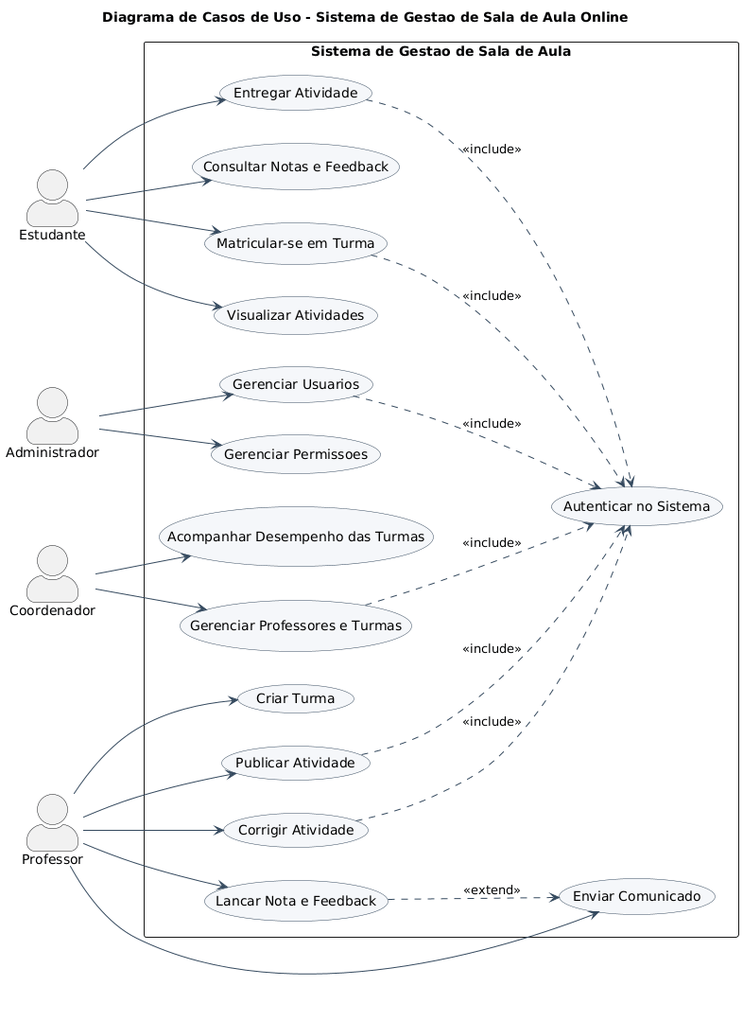
vgabzx/sistema-gestao-sala-aula keeps this PlantUML diagram as uml/UML.png. Above is the earlier version. Its diagram source:
```plantuml
@startuml
left to right direction
skinparam packageStyle rectangle
skinparam shadowing false
skinparam actorStyle awesome
skinparam usecase {
  BackgroundColor #F5F7FA
  BorderColor #34495E
  ArrowColor #34495E
}
title Diagrama de Casos de Uso - Sistema de Gestao de Sala de Aula Online

actor "Estudante" as EST
actor "Professor" as PROF
actor "Coordenador" as COORD
actor "Administrador" as ADM

rectangle "Sistema de Gestao de Sala de Aula" {

  usecase "Autenticar no Sistema" as UC_AUTH

  usecase "Matricular-se em Turma" as UC_MAT
  usecase "Visualizar Atividades" as UC_VIS
  usecase "Entregar Atividade" as UC_ENT
  usecase "Consultar Notas e Feedback" as UC_NOTA

  usecase "Criar Turma" as UC_CRIATURMA
  usecase "Publicar Atividade" as UC_PUB
  usecase "Corrigir Atividade" as UC_COR
  usecase "Lancar Nota e Feedback" as UC_LANCA
  usecase "Enviar Comunicado" as UC_COM

  usecase "Acompanhar Desempenho das Turmas" as UC_ACOMP
  usecase "Gerenciar Professores e Turmas" as UC_GERTURMA

  usecase "Gerenciar Usuarios" as UC_USERS
  usecase "Gerenciar Permissoes" as UC_PERM
}

EST --> UC_MAT
EST --> UC_VIS
EST --> UC_ENT
EST --> UC_NOTA

PROF --> UC_CRIATURMA
PROF --> UC_PUB
PROF --> UC_COR
PROF --> UC_LANCA
PROF --> UC_COM

COORD --> UC_ACOMP
COORD --> UC_GERTURMA

ADM --> UC_USERS
ADM --> UC_PERM

UC_MAT ..> UC_AUTH : <<include>>
UC_ENT ..> UC_AUTH : <<include>>
UC_PUB ..> UC_AUTH : <<include>>
UC_COR ..> UC_AUTH : <<include>>
UC_GERTURMA ..> UC_AUTH : <<include>>
UC_USERS ..> UC_AUTH : <<include>>

UC_LANCA ..> UC_COM : <<extend>>
@enduml
```
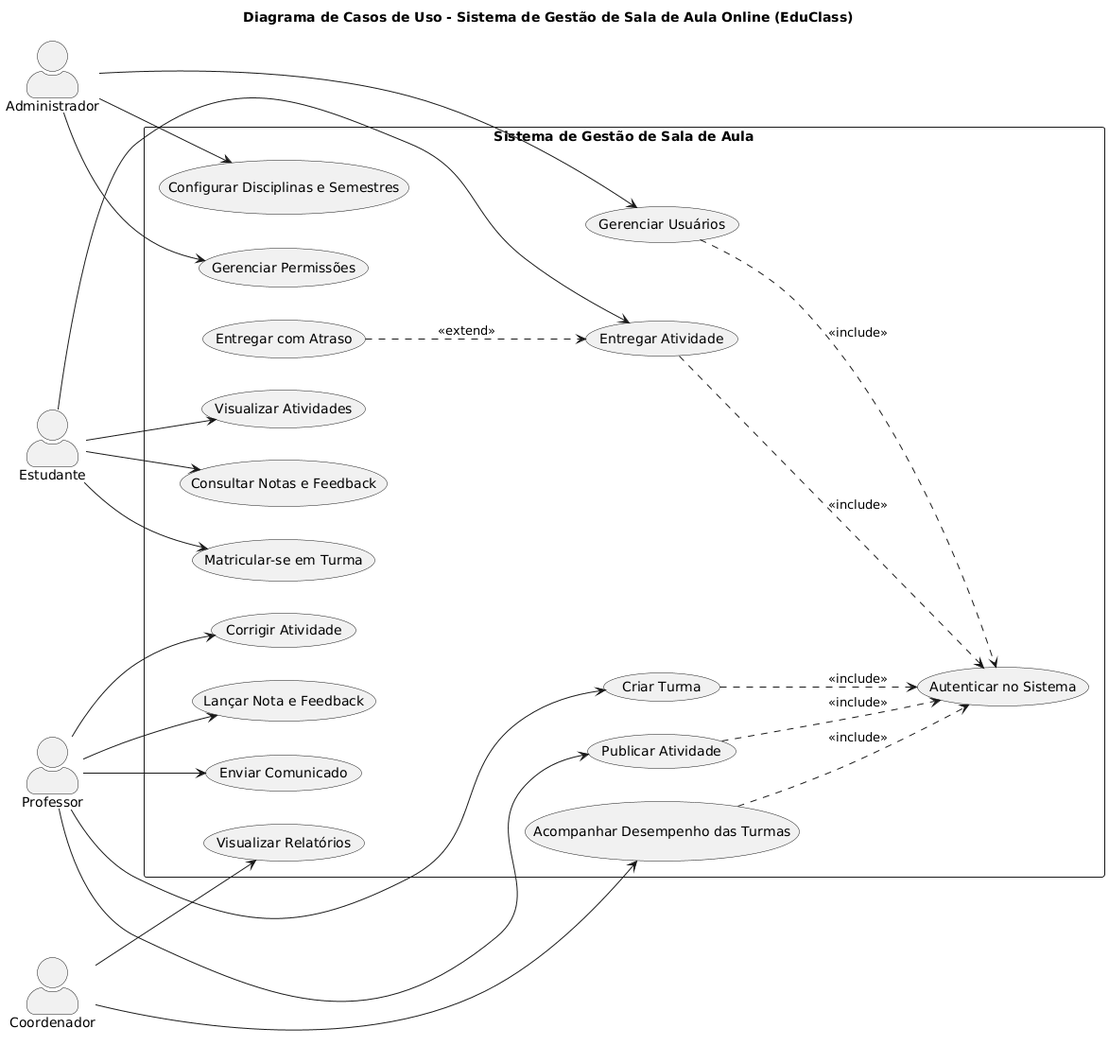
Above is the later version.

The edit, as a diff of the source:
```diff
@@ -1,65 +1,127 @@
 @startuml
 left to right direction
+
 skinparam packageStyle rectangle
-skinparam shadowing false
+
 skinparam actorStyle awesome
-skinparam usecase {
-  BackgroundColor #F5F7FA
-  BorderColor #34495E
-  ArrowColor #34495E
-}
-title Diagrama de Casos de Uso - Sistema de Gestao de Sala de Aula Online
+
+title Diagrama de Casos de Uso - Sistema de Gestão de Sala de Aula Online (EduClass)
+
+
 
 actor "Estudante" as EST
+
 actor "Professor" as PROF
+
 actor "Coordenador" as COORD
+
 actor "Administrador" as ADM
 
-rectangle "Sistema de Gestao de Sala de Aula" {
+
+
+rectangle "Sistema de Gestão de Sala de Aula" {
 
   usecase "Autenticar no Sistema" as UC_AUTH
 
+
+
+
   usecase "Matricular-se em Turma" as UC_MAT
+
   usecase "Visualizar Atividades" as UC_VIS
+
   usecase "Entregar Atividade" as UC_ENT
-  usecase "Consultar Notas e Feedback" as UC_NOTA
 
-  usecase "Criar Turma" as UC_CRIATURMA
+  usecase "Entregar com Atraso" as UC_ATR
+
+  usecase "Consultar Notas e Feedback" as UC_NOTAS
+
+
+
+
+  usecase "Criar Turma" as UC_TURMA
+
   usecase "Publicar Atividade" as UC_PUB
+
   usecase "Corrigir Atividade" as UC_COR
-  usecase "Lancar Nota e Feedback" as UC_LANCA
+
+  usecase "Lançar Nota e Feedback" as UC_LAN
+
   usecase "Enviar Comunicado" as UC_COM
 
-  usecase "Acompanhar Desempenho das Turmas" as UC_ACOMP
-  usecase "Gerenciar Professores e Turmas" as UC_GERTURMA
 
-  usecase "Gerenciar Usuarios" as UC_USERS
-  usecase "Gerenciar Permissoes" as UC_PERM
+
+
+  usecase "Acompanhar Desempenho das Turmas" as UC_DES
+
+  usecase "Visualizar Relatórios" as UC_REL
+
+
+
+
+  usecase "Gerenciar Usuários" as UC_USR
+
+  usecase "Gerenciar Permissões" as UC_PERM
+
+  usecase "Configurar Disciplinas e Semestres" as UC_CONF
+
 }
 
+
+
+
 EST --> UC_MAT
+
 EST --> UC_VIS
+
 EST --> UC_ENT
-EST --> UC_NOTA
 
-PROF --> UC_CRIATURMA
+EST --> UC_NOTAS
+
+
+
+
+PROF --> UC_TURMA
+
 PROF --> UC_PUB
+
 PROF --> UC_COR
-PROF --> UC_LANCA
+
+PROF --> UC_LAN
+
 PROF --> UC_COM
 
-COORD --> UC_ACOMP
-COORD --> UC_GERTURMA
 
-ADM --> UC_USERS
+
+
+COORD --> UC_DES
+
+COORD --> UC_REL
+
+
+
+
+ADM --> UC_USR
+
 ADM --> UC_PERM
 
-UC_MAT ..> UC_AUTH : <<include>>
+ADM --> UC_CONF
+
+
+
+
 UC_ENT ..> UC_AUTH : <<include>>
+
 UC_PUB ..> UC_AUTH : <<include>>
-UC_COR ..> UC_AUTH : <<include>>
-UC_GERTURMA ..> UC_AUTH : <<include>>
-UC_USERS ..> UC_AUTH : <<include>>
 
-UC_LANCA ..> UC_COM : <<extend>>
+UC_TURMA ..> UC_AUTH : <<include>>
+
+UC_USR ..> UC_AUTH : <<include>>
+
+UC_DES ..> UC_AUTH : <<include>>
+
+
+
+
+UC_ATR ..> UC_ENT : <<extend>>
 @enduml
```
